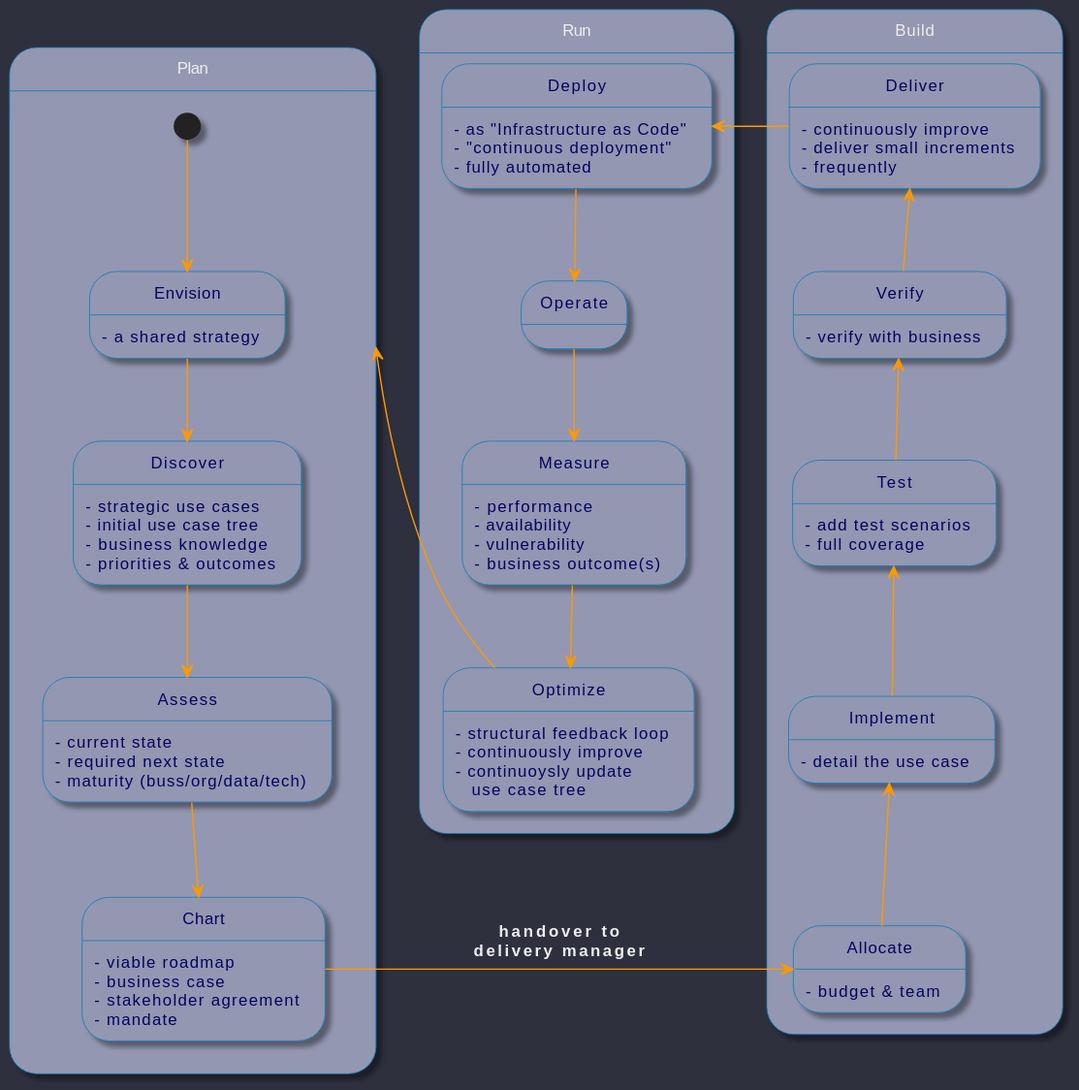
EKGF/ekg-method keeps this PlantUML diagram as diagrams/out/use-case-development-process_dark.svg. Above is the earlier version.
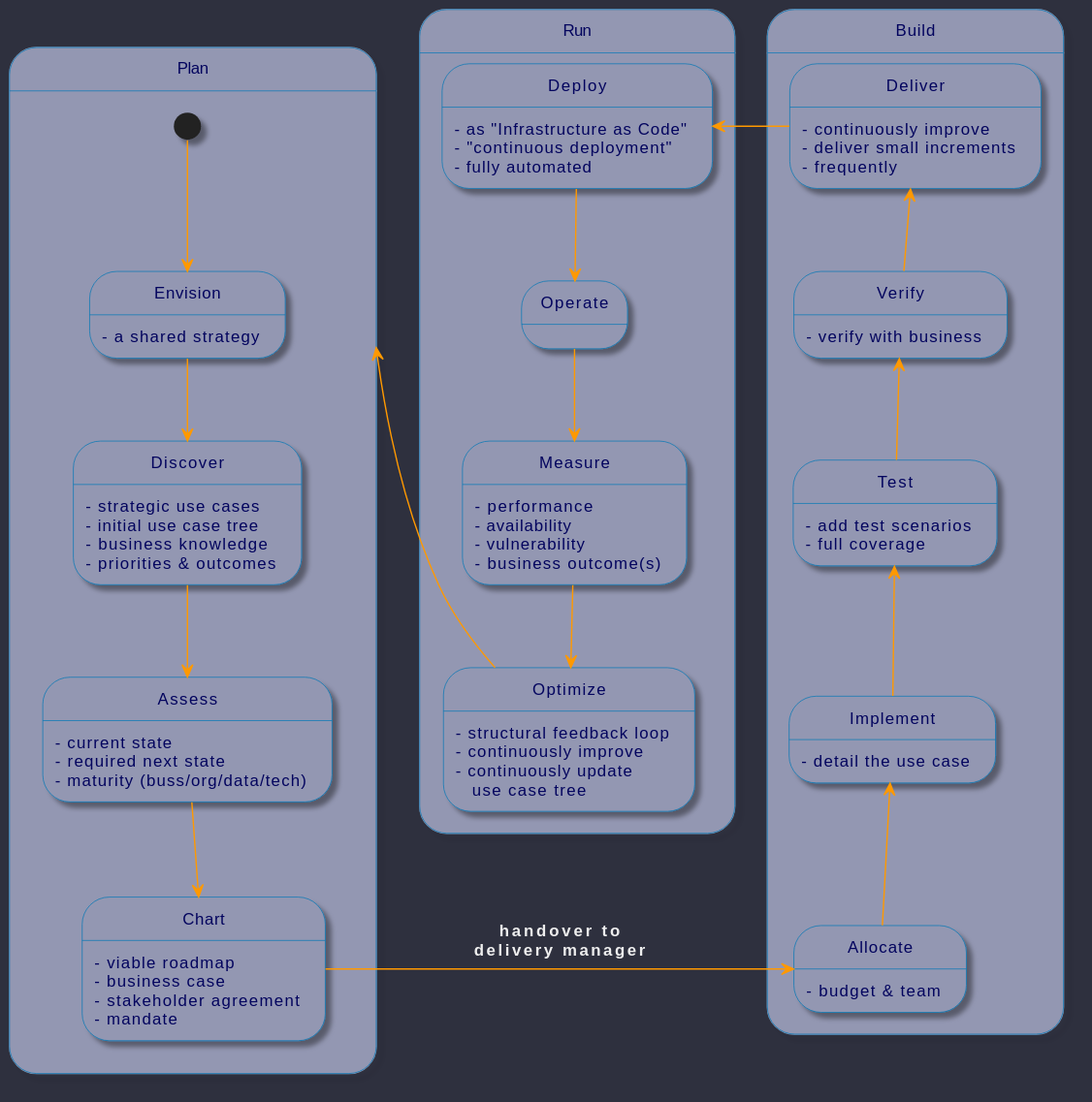
After the change.

Change to the diagram source:
```diff
@@ -245,7 +245,7 @@
 
 Optimize: - structural feedback loop
 Optimize: - continuously improve
-Optimize: - continuoysly update\n   use case tree
+Optimize: - continuously update\n   use case tree
 }
 
 Optimize --up--> Plan
```
